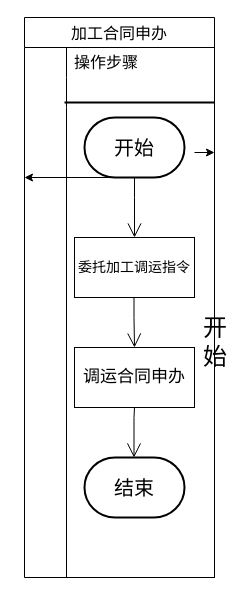
Before: 未命名绘图.drawio in chnpngwan/TyporaImage, a draw.io diagram. Source tidied: cells renumbered, new cells numbered last; positions are measured from the earlier drawing's top-left corner, leaving out a move shared by most shapes. Both pictures are drawn from the tidied source at 100%, with x=0, y=0 at pixel (24, 17).
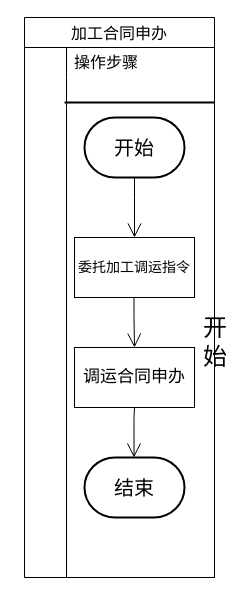
The same diagram, later.

Commit message:
更新未命名绘图.drawio

Unchanged cells that the change refers to:
```xml
<mxCell id="12" value="&lt;font style=&quot;font-size: 24px;&quot;&gt;开始&lt;/font&gt;" style="shape=ext;double=1;rounded=1;whiteSpace=wrap;html=1;" parent="9" vertex="1">
  <mxGeometry x="190" height="470" as="geometry" />
</mxCell>
<mxCell id="13" style="whiteSpace=wrap;html=1;rounded=1;" parent="9" vertex="1">
  <mxGeometry height="470" as="geometry" />
</mxCell>
```

Change to the diagram source:
```diff
@@
-    <mxCell id="15" style="edgeStyle=orthogonalEdgeStyle;rounded=0;jettySize=auto;html=1;" parent="1" edge="1" target="12">
-      <mxGeometry relative="1" as="geometry">
-        <mxPoint x="170" y="135" as="sourcePoint" />
-      </mxGeometry>
-    </mxCell>
-    <mxCell id="16" style="edgeStyle=orthogonalEdgeStyle;rounded=0;jettySize=auto;html=1;" parent="1" edge="1" target="13">
-      <mxGeometry relative="1" as="geometry">
-        <mxPoint x="110" y="160" as="sourcePoint" />
-      </mxGeometry>
-    </mxCell>
```
